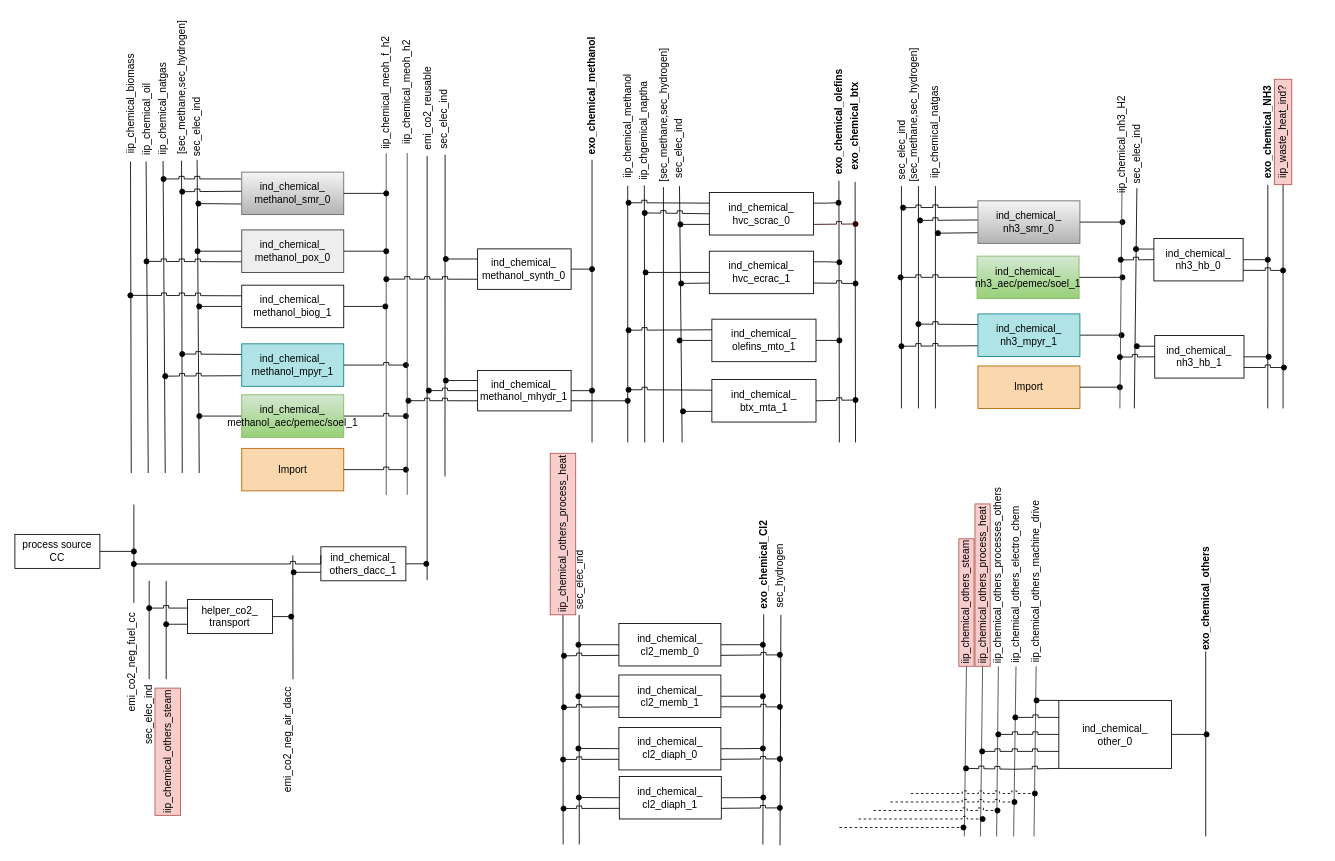
anik-ier/TAM_Industry_RES keeps this draw.io diagram as page "Chemi_SEDOS" (3 of 18) of TAM_Industry_RES.drawio. Above is the earlier version. Source tidied: cells renumbered, new cells numbered last; positions are measured from the earlier drawing's top-left corner, leaving out a move shared by most shapes. Both pictures are drawn from the tidied source at 85%, with x=0, y=0 at pixel (14, 17).
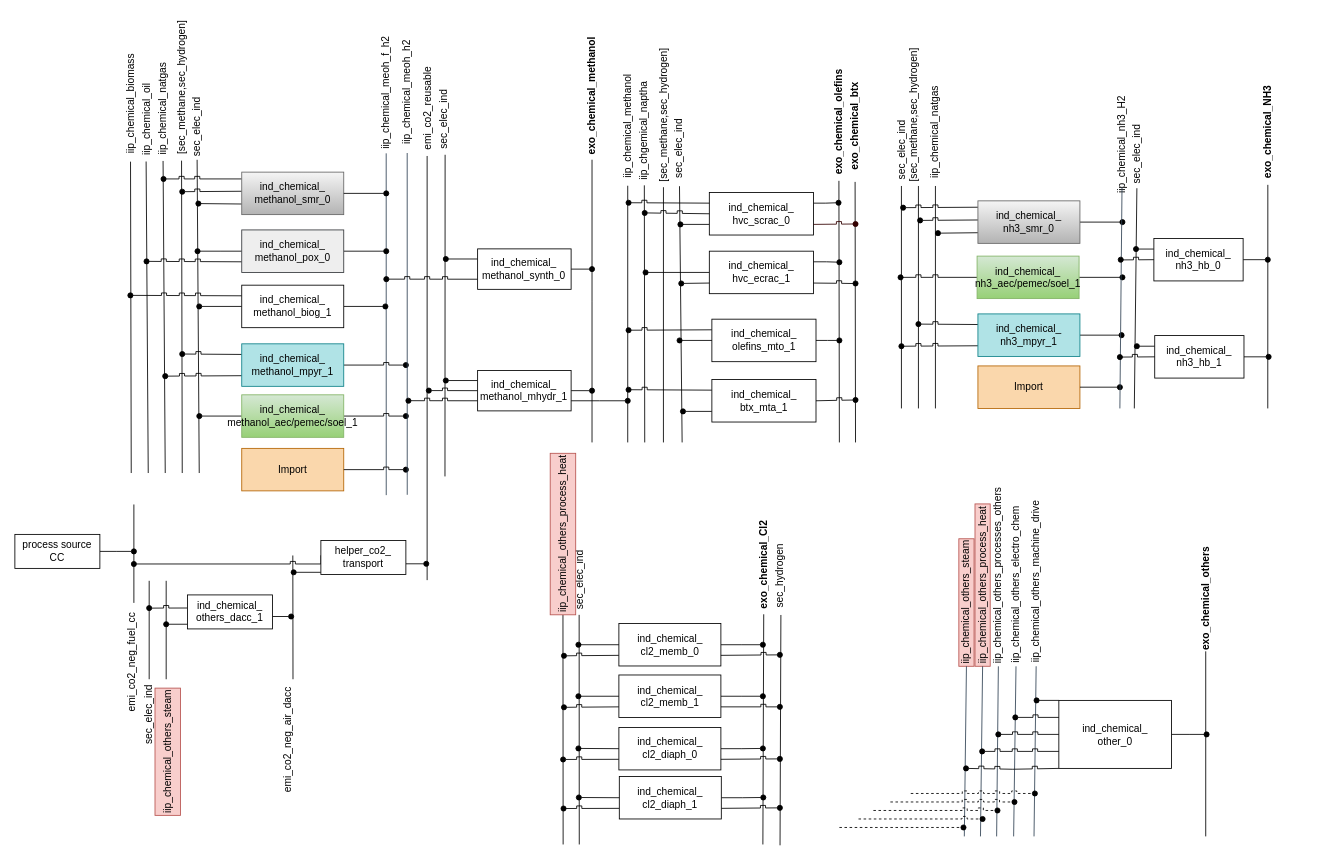
After the change.

Unchanged cells that the change refers to:
```xml
<mxCell id="65" style="group;" parent="1" vertex="1">
  <mxGeometry x="1281" y="280" width="255" height="172.8" as="geometry" />
</mxCell>
<mxCell id="68" value="&lt;div&gt;ind_chemical_&lt;/div&gt;&lt;div&gt;nh3_hb_1&lt;/div&gt;" style="whiteSpace=wrap;html=1;rounded=0;" parent="65" vertex="1">
  <mxGeometry x="60" y="94.3" width="105" height="50" as="geometry" />
</mxCell>
<mxCell id="72" style="group;" parent="1" vertex="1">
  <mxGeometry x="1299" y="260" width="193" height="50" as="geometry" />
</mxCell>
<mxCell id="75" value="&lt;div&gt;ind_chemical_&lt;/div&gt;&lt;div&gt;nh3_hb_0&lt;/div&gt;" style="whiteSpace=wrap;html=1;rounded=0;" parent="72" vertex="1">
  <mxGeometry x="41" width="105" height="50" as="geometry" />
</mxCell>
```

The edit, as a diff of the source:
```diff
@@
-    <mxCell id="64" value="iip_waste_heat_ind?" style="text;html=1;align=center;verticalAlign=middle;whiteSpace=wrap;rounded=0;rotation=270;fontStyle=0;fillColor=#f8cecc;strokeColor=#b85450;" parent="1" vertex="1">
-      <mxGeometry x="1430" y="124.5" width="124" height="20.5" as="geometry" />
-    </mxCell>
@@
-    <mxCell id="70" style="edgeStyle=orthogonalEdgeStyle;rounded=0;jettySize=auto;html=1;exitX=1;exitY=0.75;exitDx=0;exitDy=0;endArrow=oval;endFill=1;jumpStyle=sharp;" parent="65" edge="1" source="68">
-      <mxGeometry relative="1" as="geometry">
-        <mxPoint x="212" y="131.9" as="targetPoint" />
-      </mxGeometry>
-    </mxCell>
-    <mxCell id="71" style="endArrow=none;html=1;rounded=0;" parent="1" edge="1" target="64">
-      <mxGeometry relative="1" as="geometry">
-        <mxPoint x="1492" y="460" as="sourcePoint" />
-      </mxGeometry>
-    </mxCell>
@@
-    <mxCell id="77" style="edgeStyle=orthogonalEdgeStyle;rounded=0;jettySize=auto;html=1;exitX=1;exitY=0.75;exitDx=0;exitDy=0;endArrow=oval;endFill=1;jumpStyle=sharp;" parent="72" edge="1" source="75">
-      <mxGeometry relative="1" as="geometry">
-        <mxPoint x="193" y="37.7" as="targetPoint" />
-      </mxGeometry>
-    </mxCell>
@@
-    <mxCell id="174" style="edgeStyle=orthogonalEdgeStyle;rounded=0;jettySize=auto;html=1;exitX=0;exitY=0.75;exitDx=0;exitDy=0;endArrow=oval;endFill=1;" parent="1" edge="1" source="176">
+    <mxCell id="174" style="edgeStyle=orthogonalEdgeStyle;rounded=0;orthogonalLoop=1;jettySize=auto;html=1;exitX=0;exitY=0.75;exitDx=0;exitDy=0;endArrow=oval;endFill=1;" parent="1" edge="1">
       <mxGeometry relative="1" as="geometry">
+        <mxPoint x="360" y="652.8" as="sourcePoint" />
         <mxPoint x="328" y="652.3" as="targetPoint" />
       </mxGeometry>
     </mxCell>
-    <mxCell id="175" style="edgeStyle=orthogonalEdgeStyle;rounded=0;jettySize=auto;html=1;exitX=1;exitY=0.5;exitDx=0;exitDy=0;endArrow=oval;endFill=1;" parent="1" edge="1" source="176">
+    <mxCell id="175" style="edgeStyle=orthogonalEdgeStyle;rounded=0;orthogonalLoop=1;jettySize=auto;html=1;exitX=1;exitY=0.5;exitDx=0;exitDy=0;endArrow=oval;endFill=1;" parent="1" edge="1">
       <mxGeometry relative="1" as="geometry">
+        <mxPoint x="460" y="642.8" as="sourcePoint" />
         <mxPoint x="484" y="642.9" as="targetPoint" />
       </mxGeometry>
     </mxCell>
-    <mxCell id="176" value="&lt;div&gt;ind_chemical_&lt;/div&gt;&lt;div&gt;others_dacc_1&lt;/div&gt;" style="rounded=0;whiteSpace=wrap;html=1;" parent="1" vertex="1">
-      <mxGeometry x="360" y="622.8" width="100" height="40" as="geometry" />
-    </mxCell>
@@
-    <mxCell id="178" style="edgeStyle=orthogonalEdgeStyle;rounded=0;jettySize=auto;html=1;exitX=0;exitY=0.725;exitDx=0;exitDy=0;endArrow=oval;endFill=1;exitPerimeter=0;" parent="1" edge="1" source="180">
+    <mxCell id="178" style="edgeStyle=orthogonalEdgeStyle;rounded=0;orthogonalLoop=1;jettySize=auto;html=1;exitX=0;exitY=0.725;exitDx=0;exitDy=0;endArrow=oval;endFill=1;exitPerimeter=0;" parent="1" edge="1">
       <mxGeometry relative="1" as="geometry">
+        <mxPoint x="203" y="713.9" as="sourcePoint" />
         <mxPoint x="178" y="713.8" as="targetPoint" />
       </mxGeometry>
     </mxCell>
-    <mxCell id="179" style="edgeStyle=orthogonalEdgeStyle;rounded=0;jettySize=auto;html=1;exitX=1;exitY=0.5;exitDx=0;exitDy=0;endArrow=oval;endFill=1;" parent="1" edge="1" source="180">
+    <mxCell id="179" style="edgeStyle=orthogonalEdgeStyle;rounded=0;orthogonalLoop=1;jettySize=auto;html=1;exitX=1;exitY=0.5;exitDx=0;exitDy=0;endArrow=oval;endFill=1;" parent="1" edge="1">
       <mxGeometry relative="1" as="geometry">
+        <mxPoint x="303" y="704.8" as="sourcePoint" />
         <mxPoint x="325" y="704.8" as="targetPoint" />
       </mxGeometry>
     </mxCell>
-    <mxCell id="180" value="&lt;div&gt;helper_co2_&lt;/div&gt;&lt;div&gt;transport&lt;/div&gt;" style="rounded=0;whiteSpace=wrap;html=1;" parent="1" vertex="1">
-      <mxGeometry x="203" y="684.9" width="100" height="40" as="geometry" />
-    </mxCell>
@@
-    <mxCell id="184" style="edgeStyle=orthogonalEdgeStyle;rounded=0;jettySize=auto;html=1;exitX=0;exitY=0.25;exitDx=0;exitDy=0;endArrow=oval;endFill=1;jumpStyle=sharp;" parent="1" edge="1" source="180">
+    <mxCell id="184" style="edgeStyle=orthogonalEdgeStyle;rounded=0;orthogonalLoop=1;jettySize=auto;html=1;exitX=0;exitY=0.25;exitDx=0;exitDy=0;endArrow=oval;endFill=1;jumpStyle=sharp;" parent="1" edge="1">
       <mxGeometry relative="1" as="geometry">
+        <mxPoint x="203" y="694.8" as="sourcePoint" />
         <mxPoint x="158" y="694.9" as="targetPoint" />
       </mxGeometry>
     </mxCell>
@@
-    <mxCell id="188" style="edgeStyle=orthogonalEdgeStyle;rounded=0;jettySize=auto;html=1;exitX=0;exitY=0.25;exitDx=0;exitDy=0;endArrow=oval;endFill=1;jumpStyle=sharp;" parent="1" edge="1" source="176">
+    <mxCell id="188" style="edgeStyle=orthogonalEdgeStyle;rounded=0;orthogonalLoop=1;jettySize=auto;html=1;exitX=0;exitY=0.25;exitDx=0;exitDy=0;endArrow=oval;endFill=1;jumpStyle=sharp;" parent="1" edge="1">
       <mxGeometry relative="1" as="geometry">
+        <mxPoint x="360" y="632.8" as="sourcePoint" />
         <mxPoint x="140" y="643" as="targetPoint" />
         <Array as="points">
           <mxPoint x="360" y="643" />
         </Array>
       </mxGeometry>
     </mxCell>
@@
+    <mxCell id="180" value="&lt;div&gt;helper_co2_&lt;/div&gt;&lt;div&gt;transport&lt;/div&gt;" style="rounded=0;whiteSpace=wrap;html=1;" parent="1" vertex="1">
+      <mxGeometry x="360" y="615.4" width="100" height="40" as="geometry" />
+    </mxCell>
+    <mxCell id="176" value="&lt;div&gt;ind_chemical_&lt;/div&gt;&lt;div&gt;others_dacc_1&lt;/div&gt;" style="rounded=0;whiteSpace=wrap;html=1;" parent="1" vertex="1">
+      <mxGeometry x="203" y="679.4" width="100" height="40" as="geometry" />
+    </mxCell>
```
